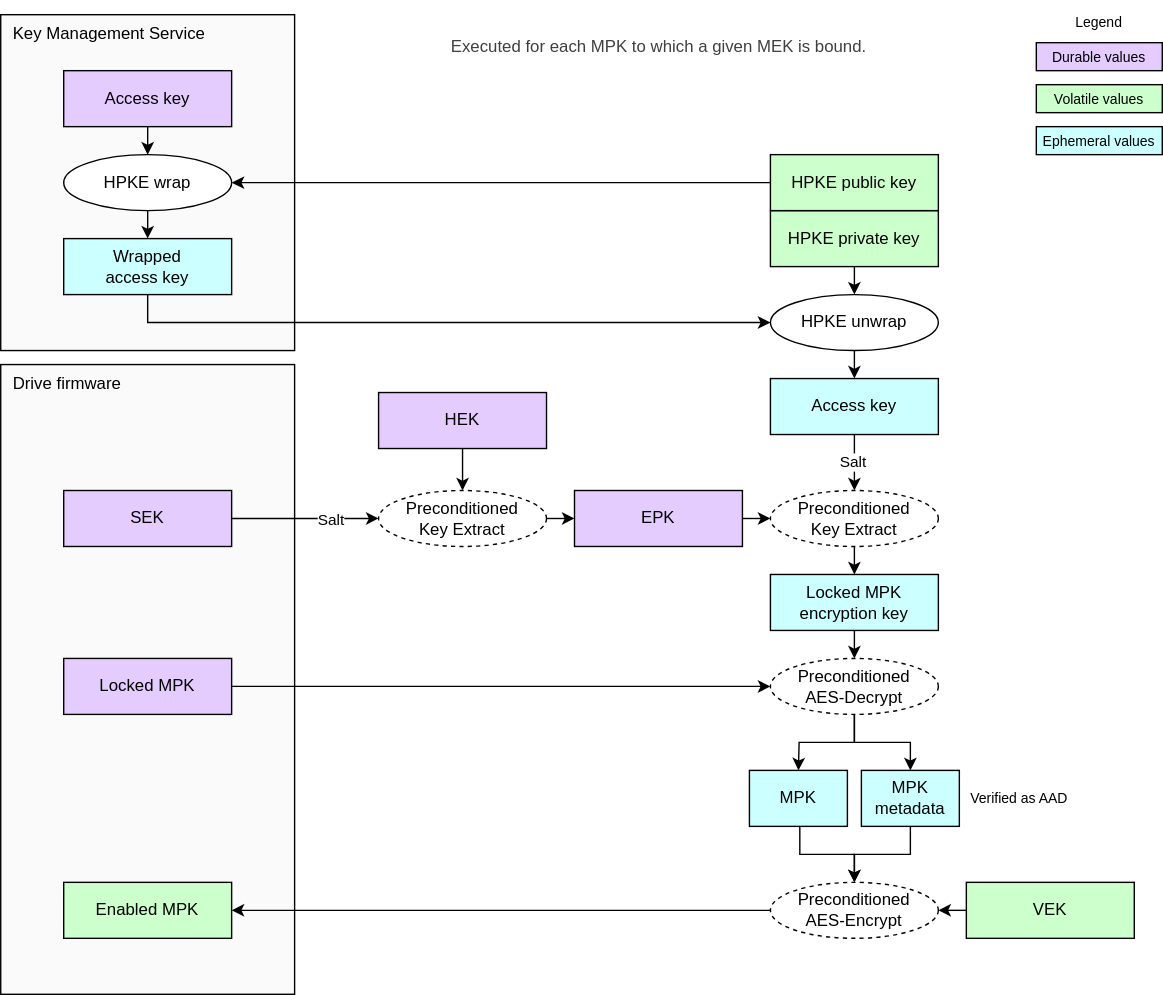
Earlier version of the draw.io export doc/ocp_lock/diagrams/mpk_enable.drawio.svg (chipsalliance/Caliptra). Source tidied: cells renumbered, new cells last; positions are measured from the earlier drawing's top-left corner, leaving out a move shared by most shapes.
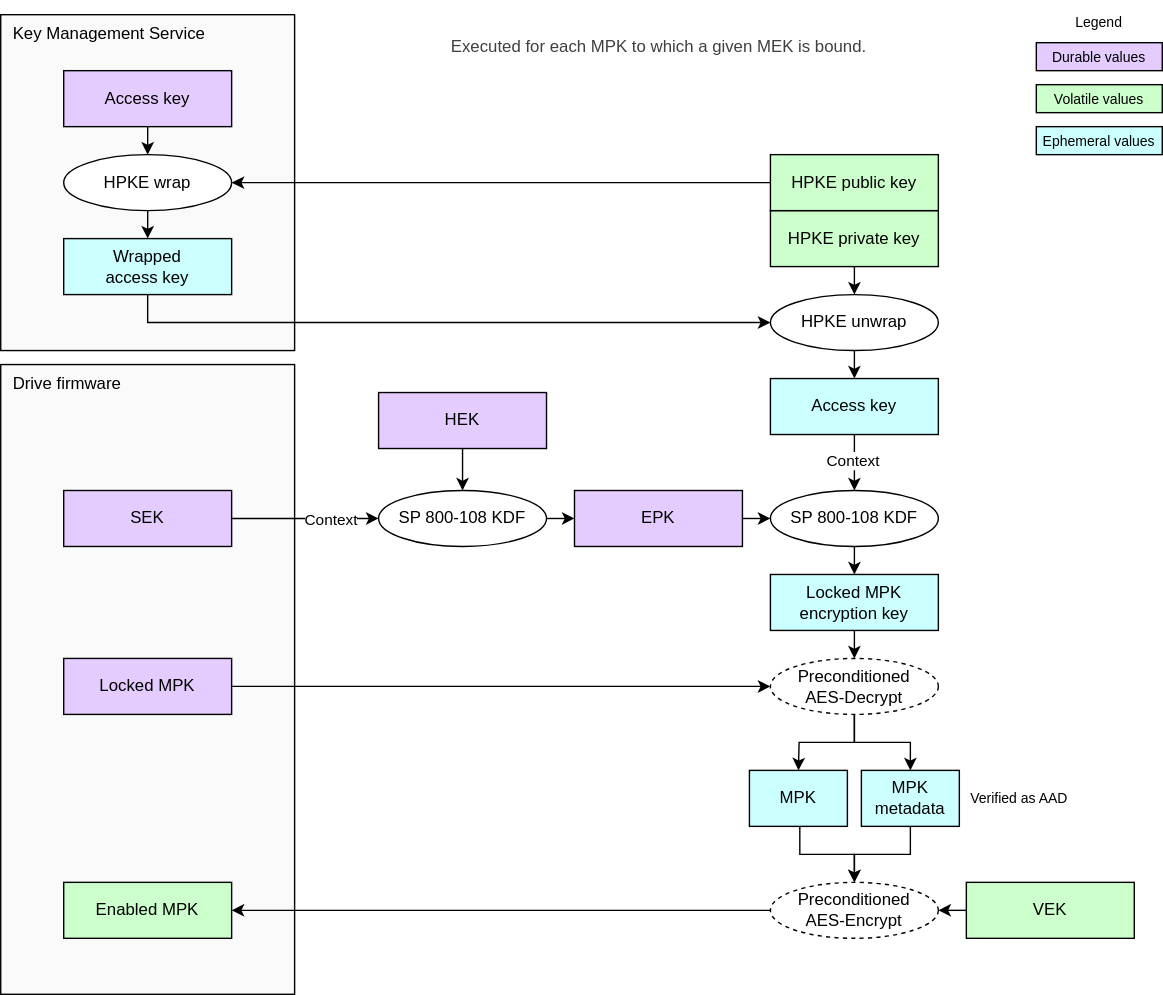
After the commit.

Commit message:
Simplify LOCK to avoid use of preconditioned-key-extract.

Change to the diagram source:
```diff
@@ -125,7 +125,7 @@
     <mxCell id="36" style="edgeStyle=none;html=1;exitX=1;exitY=0.5;exitDx=0;exitDy=0;entryX=0;entryY=0.5;entryDx=0;entryDy=0;" parent="1" edge="1" source="38" target="40">
       <mxGeometry relative="1" as="geometry" />
     </mxCell>
-    <mxCell id="37" value="Salt" style="edgeLabel;html=1;align=center;verticalAlign=middle;" parent="36" vertex="1">
+    <mxCell id="37" value="Context" style="edgeLabel;html=1;align=center;verticalAlign=middle;" parent="36" vertex="1">
       <mxGeometry x="0.35" y="3" relative="1" as="geometry">
         <mxPoint x="-1" y="3" as="offset" />
       </mxGeometry>
@@ -136,7 +136,7 @@
     <mxCell id="39" style="edgeStyle=none;html=1;exitX=1;exitY=0.5;exitDx=0;exitDy=0;entryX=0;entryY=0.5;entryDx=0;entryDy=0;" parent="1" edge="1" source="40" target="42">
       <mxGeometry relative="1" as="geometry" />
     </mxCell>
-    <mxCell id="40" value="&lt;span style=&quot;color: rgb(0, 0, 0);&quot;&gt;Preconditioned&lt;/span&gt;&lt;div&gt;Key Extract&lt;/div&gt;" style="ellipse;whiteSpace=wrap;html=1;fillColor=#FFFFFF;dashed=1;" parent="1" vertex="1">
+    <mxCell id="40" value="SP 800-108 KDF" style="ellipse;whiteSpace=wrap;html=1;fillColor=#FFFFFF;" parent="1" vertex="1">
       <mxGeometry x="270" y="350" width="120" height="40" as="geometry" />
     </mxCell>
     <mxCell id="41" style="edgeStyle=none;html=1;exitX=1;exitY=0.5;exitDx=0;exitDy=0;entryX=0;entryY=0.5;entryDx=0;entryDy=0;" parent="1" edge="1" source="42" target="43">
@@ -145,7 +145,7 @@
     <mxCell id="42" value="&lt;div&gt;&lt;font color=&quot;#000000&quot;&gt;EPK&lt;/font&gt;&lt;/div&gt;" style="rounded=0;whiteSpace=wrap;html=1;align=center;verticalAlign=middle;shadow=0;glass=0;spacingLeft=0;spacingBottom=0;spacingTop=0;fillColor=#E5CCFF;" parent="1" vertex="1">
       <mxGeometry x="410" y="350" width="120" height="40" as="geometry" />
     </mxCell>
-    <mxCell id="43" value="&lt;span style=&quot;color: rgb(0, 0, 0);&quot;&gt;Preconditioned&lt;/span&gt;&lt;div&gt;Key Extract&lt;/div&gt;" style="ellipse;whiteSpace=wrap;html=1;fillColor=#FFFFFF;dashed=1;" parent="1" vertex="1">
+    <mxCell id="43" value="SP 800-108 KDF" style="ellipse;whiteSpace=wrap;html=1;fillColor=#FFFFFF;" parent="1" vertex="1">
       <mxGeometry x="550" y="350" width="120" height="40" as="geometry" />
     </mxCell>
     <mxCell id="44" value="&lt;div&gt;&lt;font color=&quot;#000000&quot;&gt;Access key&lt;/font&gt;&lt;/div&gt;" style="rounded=0;whiteSpace=wrap;html=1;align=center;verticalAlign=middle;shadow=0;glass=0;spacingLeft=0;spacingBottom=0;spacingTop=0;fillColor=#CCFFFF;" parent="1" vertex="1">
@@ -169,8 +169,10 @@
     <mxCell id="50" style="edgeStyle=none;html=1;entryX=0.5;entryY=0;entryDx=0;entryDy=0;exitX=0.5;exitY=1;exitDx=0;exitDy=0;" parent="1" edge="1" source="44" target="43">
       <mxGeometry relative="1" as="geometry" />
     </mxCell>
-    <mxCell id="51" value="Salt" style="edgeLabel;html=1;align=center;verticalAlign=middle;" parent="50" vertex="1">
-      <mxGeometry x="-0.05" y="-2" relative="1" as="geometry" />
+    <mxCell id="51" value="Context" style="edgeLabel;html=1;align=center;verticalAlign=middle;" parent="50" vertex="1">
+      <mxGeometry x="-0.05" y="-2" relative="1" as="geometry">
+        <mxPoint y="-1" as="offset" />
+      </mxGeometry>
     </mxCell>
   </root>
 </mxGraphModel>
```
